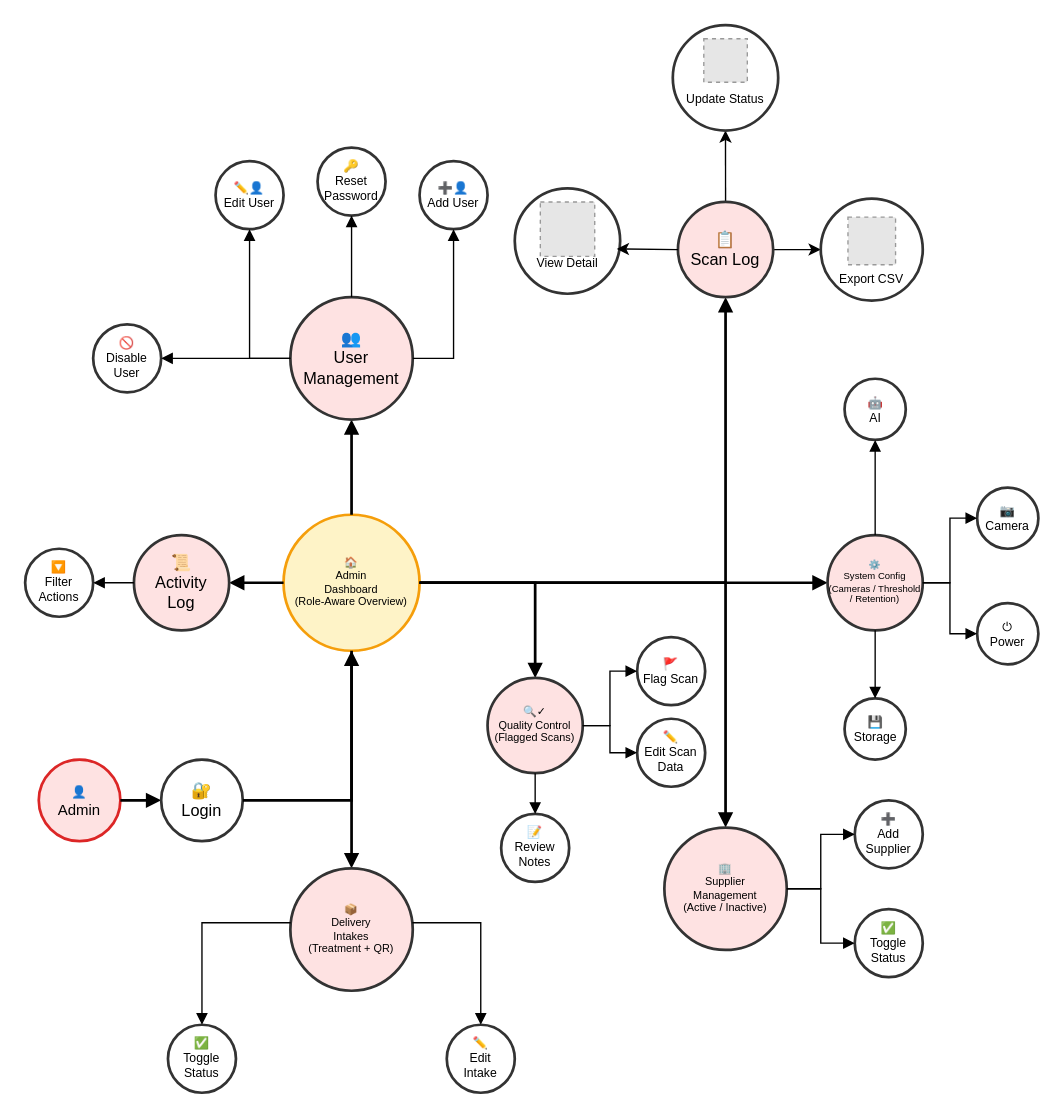
BlackShark404/BananaVision keeps this draw.io diagram as docs/bananavision-docs/docs/workflows/workflow_admin.drawio. Above is the earlier version. Source tidied: cells renumbered, new cells numbered last; positions are measured from the earlier drawing's top-left corner, leaving out a move shared by most shapes. Both pictures are drawn from the tidied source at 136%, with x=0, y=0 at pixel (24, 24). Pictures stored in the file or linked from it are replaced by grey dashed boxes.
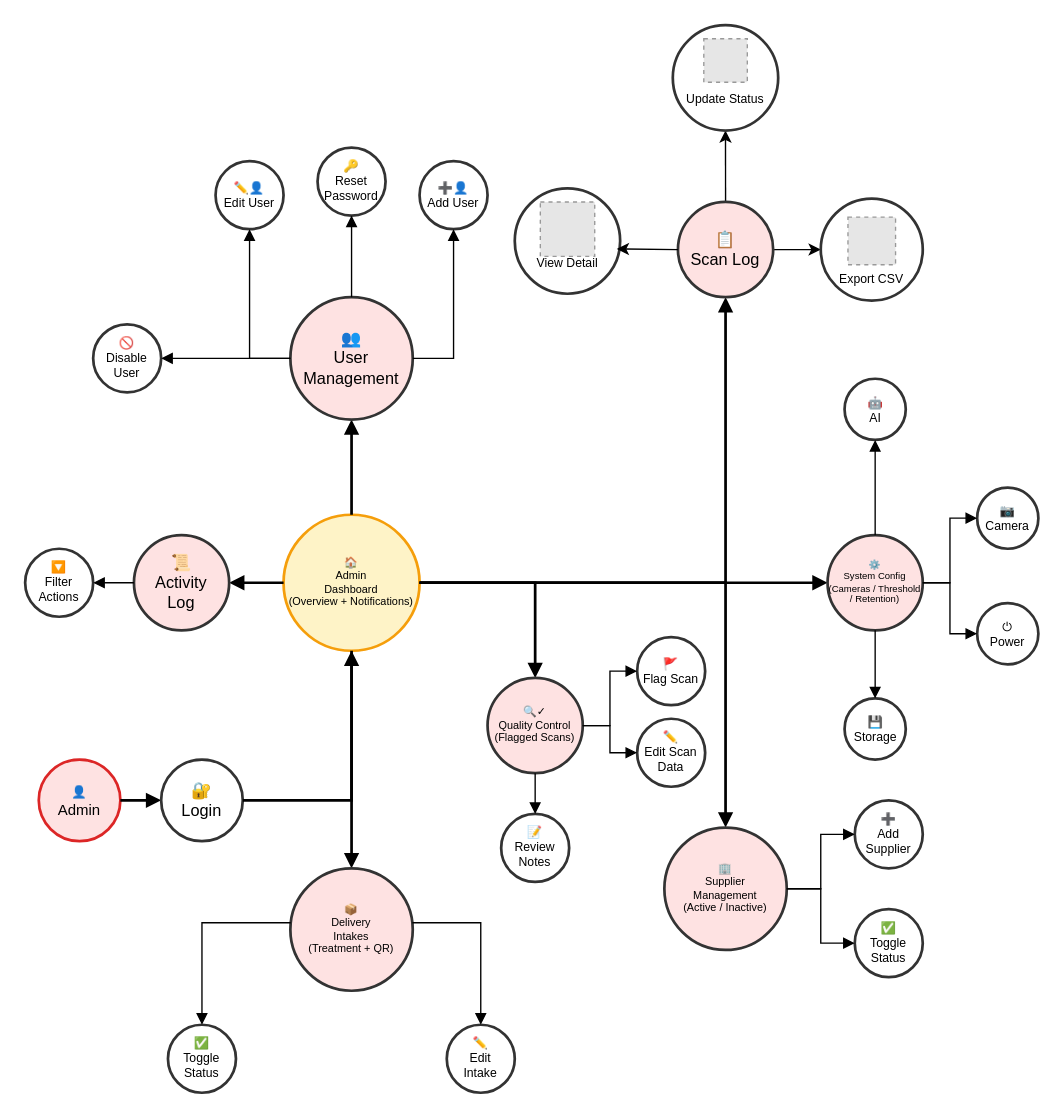
The same page after the edit.

Commit message (it also covers changes not shown here):
Refresh BananaVision workflow docs

Change to the diagram source:
```diff
@@
-    <mxCell id="6" value="🏠&#10;Admin&#10;Dashboard&#10;(Role-Aware Overview)" style="ellipse;whiteSpace=wrap;html=1;fillColor=#fef3c7;strokeColor=#f59e0b;strokeWidth=2;fontSize=8;" parent="1" vertex="1">
+    <mxCell id="6" value="🏠&#10;Admin&#10;Dashboard&#10;(Overview + Notifications)" style="ellipse;whiteSpace=wrap;html=1;fillColor=#fef3c7;strokeColor=#f59e0b;strokeWidth=2;fontSize=8;" parent="1" vertex="1">
       <mxGeometry x="190" y="360" width="100" height="100" as="geometry" />
     </mxCell>
```
